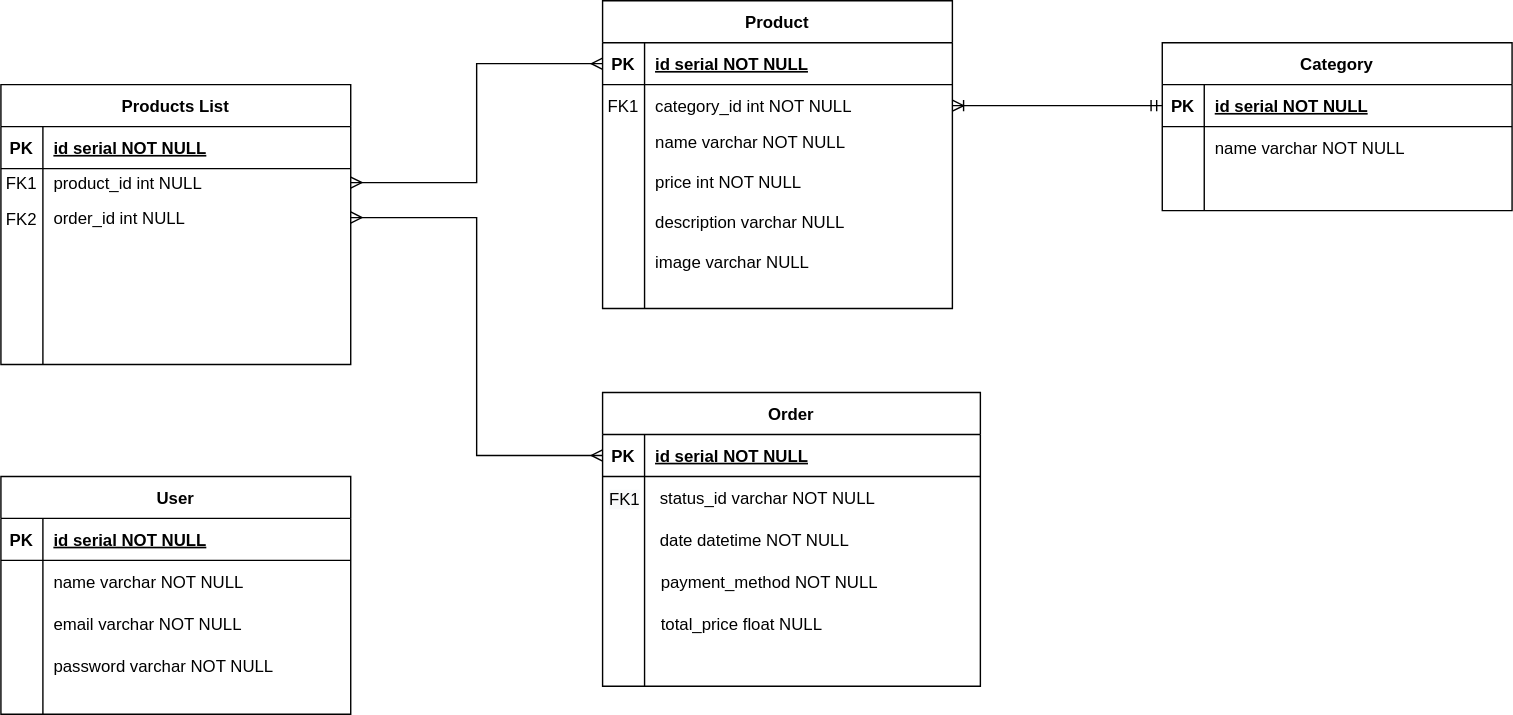
This is kitchin.svg from brunocamposal/kitchin-kanri, a draw.io export, as it was before one commit. Source tidied: cells renumbered, new cells last; positions are measured from the earlier drawing's top-left corner, leaving out a move shared by most shapes.
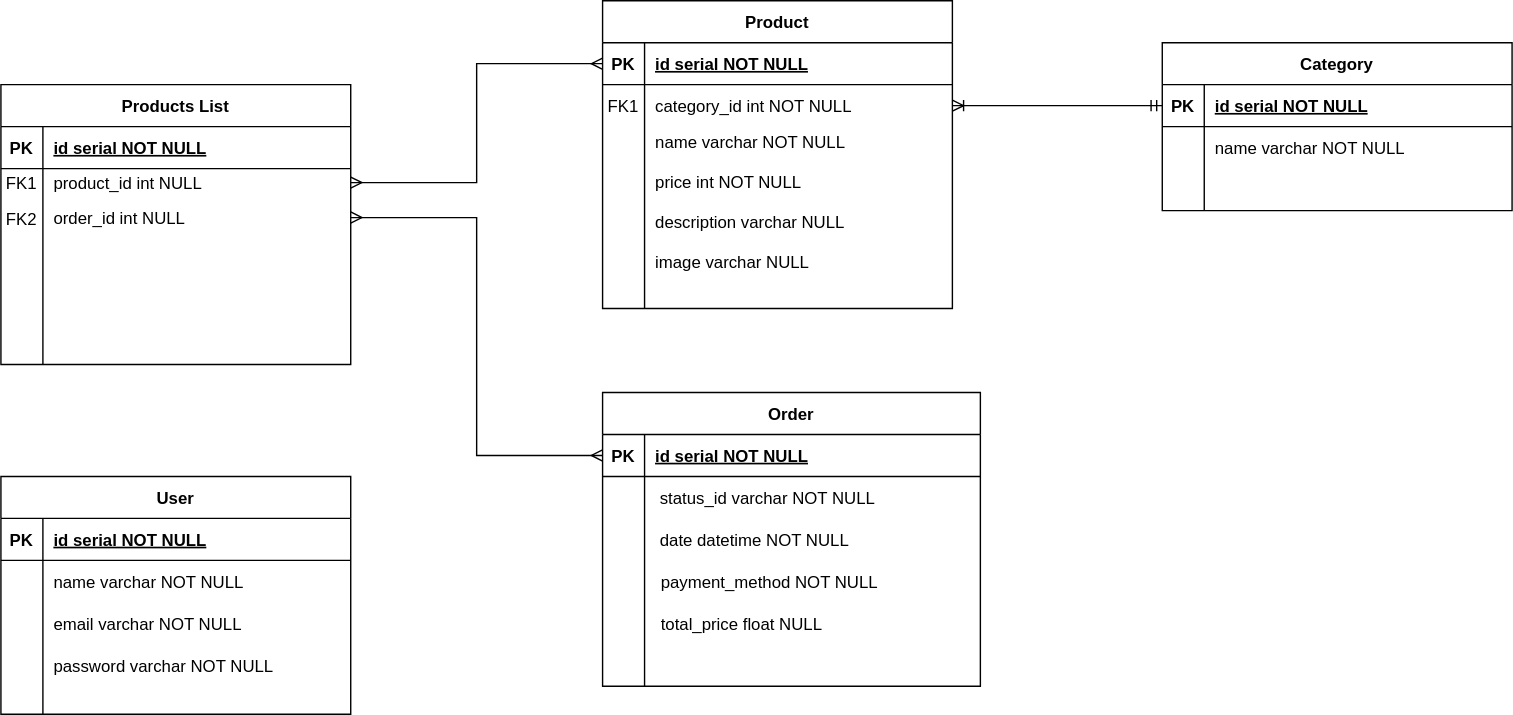
After the commit.

Change to the diagram source:
```diff
@@ -50,9 +50,6 @@
     <mxCell id="17" value="total_price float NULL" style="shape=partialRectangle;overflow=hidden;fillColor=none;top=0;left=0;bottom=0;right=0;align=left;spacingLeft=6;" parent="3" vertex="1">
       <mxGeometry x="34" y="150" width="220" height="30" as="geometry" />
     </mxCell>
-    <mxCell id="18" value="&lt;meta charset=&quot;utf-8&quot;&gt;&lt;span style=&quot;color: rgb(0, 0, 0); font-family: helvetica; font-size: 12px; font-style: normal; font-weight: 400; letter-spacing: normal; text-align: center; text-indent: 0px; text-transform: none; word-spacing: 0px; background-color: rgb(248, 249, 250); display: inline; float: none;&quot;&gt;FK1&lt;/span&gt;" style="text;whiteSpace=wrap;html=1;" parent="3" vertex="1">
-      <mxGeometry x="3" y="63" width="30" height="30" as="geometry" />
-    </mxCell>
     <mxCell id="19" style="group;" parent="1" vertex="1">
       <mxGeometry x="430" width="250" height="220" as="geometry" />
     </mxCell>
```
